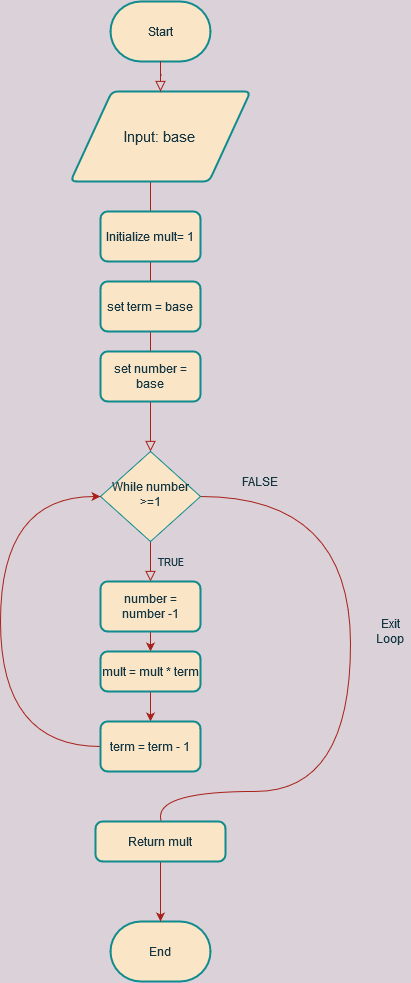
Earlier version of the draw.io export Untitled Diagram.png (UUDeCART/decart_advanced_python_2018). Source tidied: cells renumbered, new cells last; positions are measured from the earlier drawing's top-left corner, leaving out a move shared by most shapes.
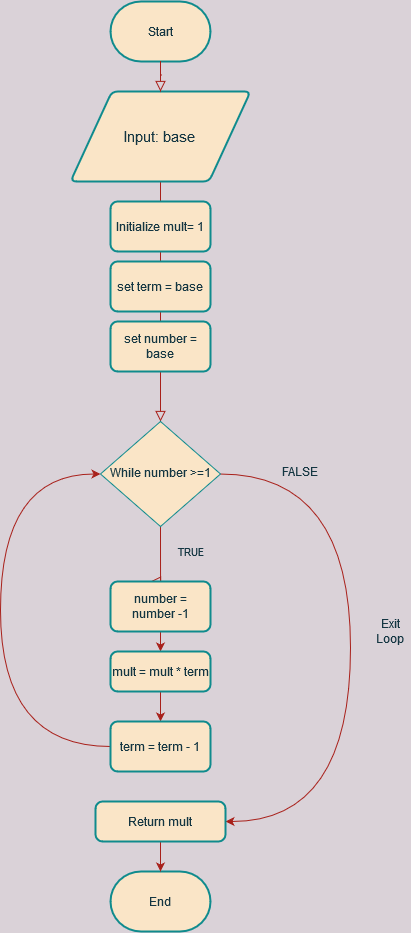
Later version of the same file.

The edit, as a diff of the source:
```diff
@@ -2,37 +2,38 @@
   <root>
     <mxCell id="0" />
     <mxCell id="1" parent="0" />
-    <mxCell id="2" style="rounded=0;html=1;jettySize=auto;fontSize=11;endArrow=block;endFill=0;endSize=8;strokeWidth=1;shadow=0;labelBackgroundColor=none;edgeStyle=orthogonalEdgeStyle;curved=1;strokeColor=#A8201A;fontColor=#143642;" parent="1" edge="1" source="8" target="5">
+    <mxCell id="2" style="rounded=0;html=1;jettySize=auto;fontSize=11;endArrow=block;endFill=0;endSize=8;strokeWidth=1;shadow=0;labelBackgroundColor=none;edgeStyle=orthogonalEdgeStyle;curved=1;strokeColor=#A8201A;fontColor=#143642;entryX=0.5;entryY=0;entryDx=0;entryDy=0;" parent="1" edge="1" source="8" target="5">
       <mxGeometry relative="1" as="geometry">
         <Array as="points">
-          <mxPoint x="150" y="220" />
-          <mxPoint x="150" y="220" />
+          <mxPoint x="160" y="390" />
+          <mxPoint x="160" y="390" />
         </Array>
       </mxGeometry>
     </mxCell>
     <mxCell id="3" value="TRUE" style="rounded=0;html=1;jettySize=auto;fontSize=11;endArrow=block;endFill=0;endSize=8;strokeWidth=1;shadow=0;labelBackgroundColor=none;edgeStyle=orthogonalEdgeStyle;curved=1;strokeColor=#A8201A;fontColor=#143642;" parent="1" edge="1" source="5">
-      <mxGeometry y="20" relative="1" as="geometry">
+      <mxGeometry x="-0.23" y="30" relative="1" as="geometry">
         <mxPoint x="150" y="580" as="targetPoint" />
+        <Array as="points">
+          <mxPoint x="160" y="580" />
+        </Array>
       </mxGeometry>
     </mxCell>
     <mxCell id="4" style="edgeStyle=orthogonalEdgeStyle;rounded=0;jettySize=auto;html=1;entryX=1;entryY=0.5;entryDx=0;entryDy=0;curved=1;strokeColor=#A8201A;fontColor=#143642;labelBackgroundColor=#DAD2D8;" parent="1" edge="1" source="5" target="22">
       <mxGeometry relative="1" as="geometry">
         <Array as="points">
-          <mxPoint x="350" y="495" />
-          <mxPoint x="350" y="790" />
-          <mxPoint x="160" y="790" />
-          <mxPoint x="160" y="840" />
+          <mxPoint x="350" y="473" />
+          <mxPoint x="350" y="820" />
         </Array>
       </mxGeometry>
     </mxCell>
     <mxCell id="5" value="While number &amp;gt;=1 " style="rhombus;whiteSpace=wrap;html=1;shadow=0;fontFamily=Helvetica;fontSize=12;align=center;strokeWidth=1;spacing=6;spacingTop=-4;fillColor=#FAE5C7;strokeColor=#0F8B8D;fontColor=#143642;" parent="1" vertex="1">
-      <mxGeometry x="100" y="450" width="100" height="90" as="geometry" />
+      <mxGeometry x="100" y="420" width="120" height="105" as="geometry" />
     </mxCell>
     <mxCell id="6" value="Start" style="strokeWidth=2;html=1;shape=mxgraph.flowchart.terminator;whiteSpace=wrap;fillColor=#FAE5C7;strokeColor=#0F8B8D;fontColor=#143642;" parent="1" vertex="1">
       <mxGeometry x="110" width="100" height="60" as="geometry" />
     </mxCell>
     <mxCell id="7" value="End" style="strokeWidth=2;html=1;shape=mxgraph.flowchart.terminator;whiteSpace=wrap;fillColor=#FAE5C7;strokeColor=#0F8B8D;fontColor=#143642;" parent="1" vertex="1">
-      <mxGeometry x="110" y="920" width="100" height="60" as="geometry" />
+      <mxGeometry x="110" y="870" width="100" height="60" as="geometry" />
     </mxCell>
     <mxCell id="8" value="&lt;div style=&quot;font-size: 15px&quot; align=&quot;center&quot;&gt;&lt;font style=&quot;font-size: 15px&quot;&gt;Input: base&lt;br&gt;&lt;/font&gt;&lt;/div&gt;" style="shape=parallelogram;html=1;strokeWidth=2;perimeter=parallelogramPerimeter;whiteSpace=wrap;rounded=1;arcSize=12;size=0.23;align=center;fillColor=#FAE5C7;strokeColor=#0F8B8D;fontColor=#143642;" parent="1" vertex="1">
       <mxGeometry x="70" y="90" width="180" height="90" as="geometry" />
@@ -41,22 +42,22 @@
       <mxGeometry relative="1" as="geometry" />
     </mxCell>
     <mxCell id="10" value="Initialize mult= 1" style="rounded=1;whiteSpace=wrap;html=1;absoluteArcSize=1;arcSize=14;strokeWidth=2;fillColor=#FAE5C7;strokeColor=#0F8B8D;fontColor=#143642;" parent="1" vertex="1">
-      <mxGeometry x="100" y="210" width="100" height="50" as="geometry" />
+      <mxGeometry x="110" y="200" width="100" height="50" as="geometry" />
     </mxCell>
     <mxCell id="11" value="set term = base" style="rounded=1;whiteSpace=wrap;html=1;absoluteArcSize=1;arcSize=14;strokeWidth=2;fillColor=#FAE5C7;strokeColor=#0F8B8D;fontColor=#143642;" parent="1" vertex="1">
-      <mxGeometry x="100" y="280" width="100" height="50" as="geometry" />
+      <mxGeometry x="110" y="260" width="100" height="50" as="geometry" />
     </mxCell>
     <mxCell id="12" value="set number = base" style="rounded=1;whiteSpace=wrap;html=1;absoluteArcSize=1;arcSize=14;strokeWidth=2;fillColor=#FAE5C7;strokeColor=#0F8B8D;fontColor=#143642;" parent="1" vertex="1">
-      <mxGeometry x="100" y="350" width="100" height="50" as="geometry" />
+      <mxGeometry x="110" y="320" width="100" height="50" as="geometry" />
     </mxCell>
     <mxCell id="13" style="edgeStyle=orthogonalEdgeStyle;rounded=0;jettySize=auto;html=1;exitX=0.5;exitY=1;exitDx=0;exitDy=0;entryX=0.5;entryY=0;entryDx=0;entryDy=0;curved=1;strokeColor=#A8201A;fontColor=#143642;labelBackgroundColor=#DAD2D8;" parent="1" edge="1" source="14" target="18">
       <mxGeometry relative="1" as="geometry" />
     </mxCell>
     <mxCell id="14" value="&lt;div&gt;number = number -1&lt;/div&gt;" style="rounded=1;whiteSpace=wrap;html=1;absoluteArcSize=1;arcSize=14;strokeWidth=2;fillColor=#FAE5C7;strokeColor=#0F8B8D;fontColor=#143642;" parent="1" vertex="1">
-      <mxGeometry x="100" y="580" width="100" height="50" as="geometry" />
+      <mxGeometry x="110" y="580" width="100" height="50" as="geometry" />
     </mxCell>
     <mxCell id="15" value="FALSE" style="text;html=1;strokeColor=none;fillColor=none;align=center;verticalAlign=middle;whiteSpace=wrap;rounded=0;fontColor=#143642;" parent="1" vertex="1">
-      <mxGeometry x="240" y="470" width="40" height="20" as="geometry" />
+      <mxGeometry x="280" y="460" width="40" height="20" as="geometry" />
     </mxCell>
     <mxCell id="16" value="Exit Loop" style="text;html=1;strokeColor=none;fillColor=none;align=center;verticalAlign=middle;whiteSpace=wrap;rounded=0;fontColor=#143642;" parent="1" vertex="1">
       <mxGeometry x="370" y="620" width="40" height="20" as="geometry" />
@@ -65,24 +66,24 @@
       <mxGeometry relative="1" as="geometry" />
     </mxCell>
     <mxCell id="18" value="mult = mult * term" style="rounded=1;whiteSpace=wrap;html=1;absoluteArcSize=1;arcSize=14;strokeWidth=2;fillColor=#FAE5C7;strokeColor=#0F8B8D;fontColor=#143642;" parent="1" vertex="1">
-      <mxGeometry x="100" y="650" width="100" height="40" as="geometry" />
+      <mxGeometry x="110" y="650" width="100" height="40" as="geometry" />
     </mxCell>
     <mxCell id="19" style="edgeStyle=orthogonalEdgeStyle;rounded=0;jettySize=auto;html=1;exitX=0;exitY=0.5;exitDx=0;exitDy=0;entryX=0;entryY=0.5;entryDx=0;entryDy=0;curved=1;strokeColor=#A8201A;fontColor=#143642;labelBackgroundColor=#DAD2D8;" parent="1" edge="1" source="20" target="5">
       <mxGeometry relative="1" as="geometry">
         <Array as="points">
           <mxPoint y="745" />
-          <mxPoint y="495" />
+          <mxPoint y="473" />
         </Array>
       </mxGeometry>
     </mxCell>
     <mxCell id="20" value="term = term - 1" style="rounded=1;whiteSpace=wrap;html=1;absoluteArcSize=1;arcSize=14;strokeWidth=2;fillColor=#FAE5C7;strokeColor=#0F8B8D;fontColor=#143642;" parent="1" vertex="1">
-      <mxGeometry x="100" y="720" width="100" height="50" as="geometry" />
+      <mxGeometry x="110" y="720" width="100" height="50" as="geometry" />
     </mxCell>
     <mxCell id="21" style="edgeStyle=orthogonalEdgeStyle;rounded=0;jettySize=auto;html=1;entryX=0.5;entryY=0;entryDx=0;entryDy=0;entryPerimeter=0;curved=1;strokeColor=#A8201A;fontColor=#143642;labelBackgroundColor=#DAD2D8;" parent="1" edge="1" source="22" target="7">
       <mxGeometry relative="1" as="geometry" />
     </mxCell>
     <mxCell id="22" value="Return mult" style="rounded=1;whiteSpace=wrap;html=1;absoluteArcSize=1;arcSize=14;strokeWidth=2;fillColor=#FAE5C7;strokeColor=#0F8B8D;fontColor=#143642;" parent="1" vertex="1">
-      <mxGeometry x="95" y="820" width="130" height="40" as="geometry" />
+      <mxGeometry x="95" y="800" width="130" height="40" as="geometry" />
     </mxCell>
   </root>
 </mxGraphModel>
```
